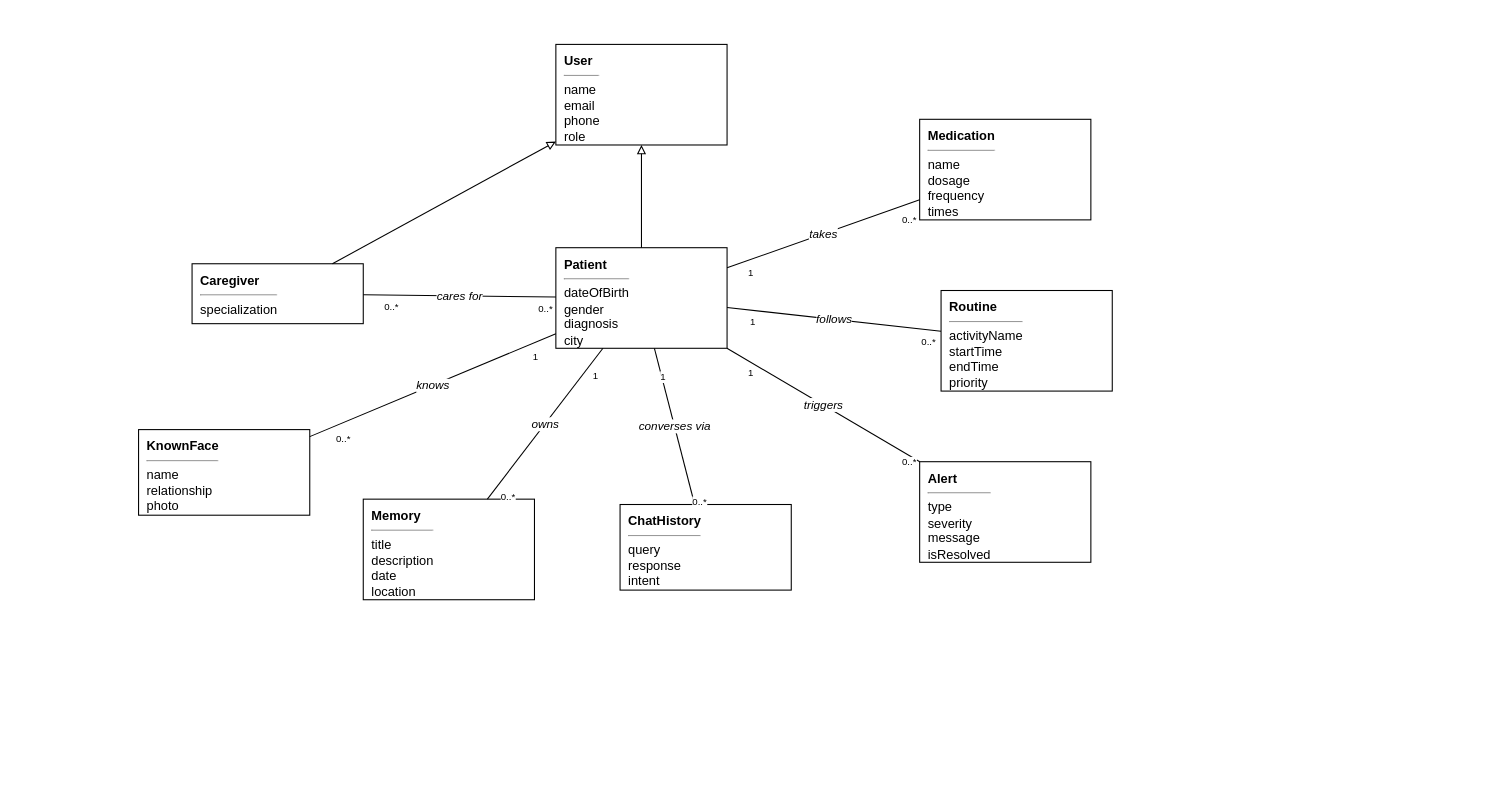
This is docs/diagrams/domain-model.drawio.xml from Iraj-Shahzad/memoracare-, a draw.io file, before an edit. Source tidied: cells renumbered, new cells numbered last; positions are measured from the earlier drawing's top-left corner, leaving out a move shared by most shapes. Both pictures are drawn from the tidied source at 107%, with x=0, y=0 at pixel (138, 44).
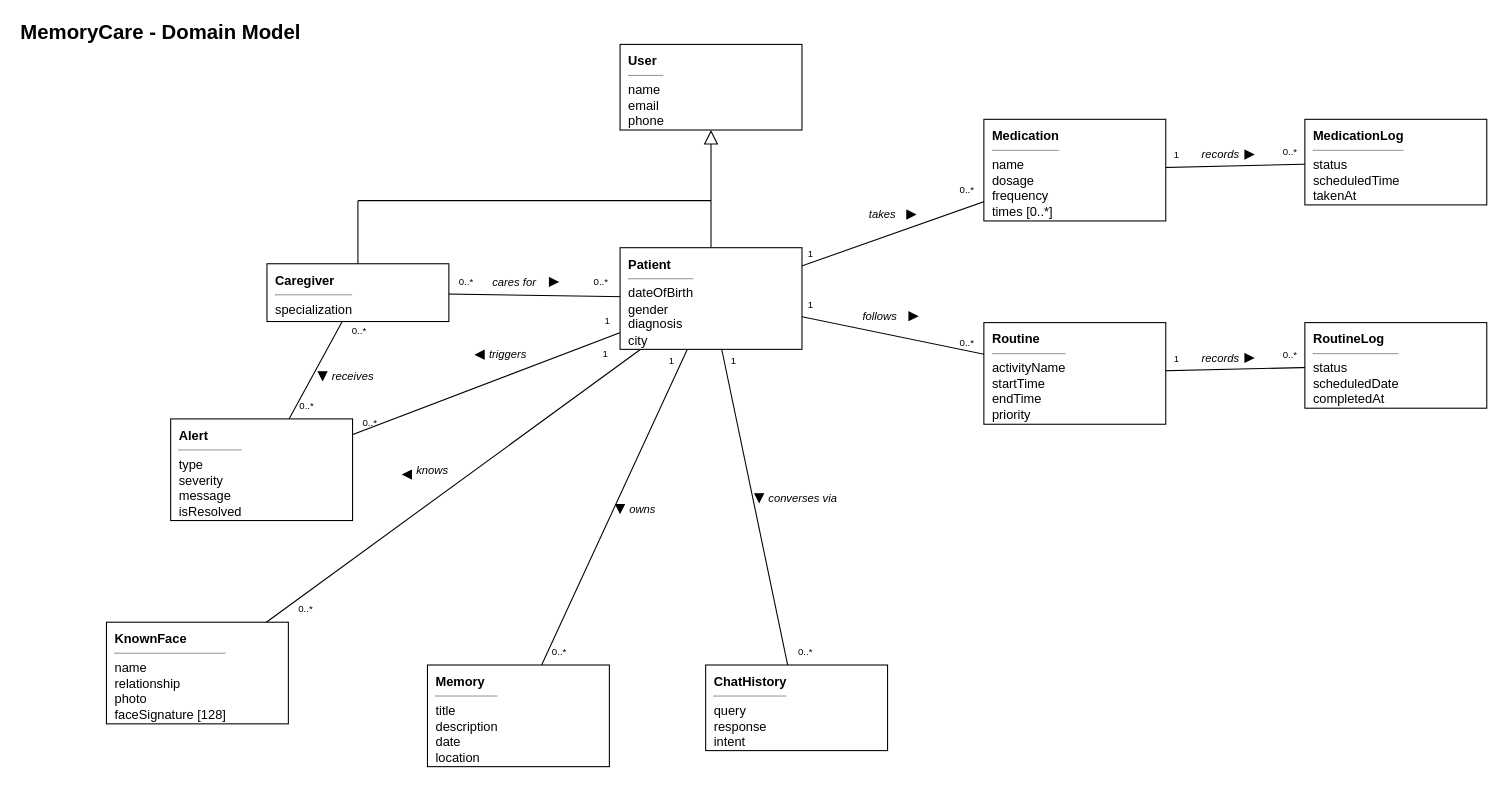
The same diagram, later.

Change to the diagram source:
```diff
@@
+    <mxCell id="34" value="MemoryCare - Domain Model" style="text;html=1;align=left;verticalAlign=middle;fontSize=19;fontStyle=1;" parent="1" vertex="1">
+      <mxGeometry x="-112" y="-24" width="330" height="26" as="geometry" />
+    </mxCell>
+    <mxCell id="13" style="endArrow=none;html=1;" parent="1" edge="1">
+      <mxGeometry relative="1" as="geometry">
+        <mxPoint x="205" y="232" as="sourcePoint" />
+        <mxPoint x="535" y="237" as="targetPoint" />
+      </mxGeometry>
+    </mxCell>
+    <mxCell id="16" style="endArrow=none;html=1;" parent="1" edge="1">
+      <mxGeometry relative="1" as="geometry">
+        <mxPoint x="535" y="237" as="sourcePoint" />
+        <mxPoint x="875" y="117" as="targetPoint" />
+      </mxGeometry>
+    </mxCell>
+    <mxCell id="19" style="endArrow=none;html=1;" parent="1" edge="1">
+      <mxGeometry relative="1" as="geometry">
+        <mxPoint x="535" y="237" as="sourcePoint" />
+        <mxPoint x="875" y="307" as="targetPoint" />
+      </mxGeometry>
+    </mxCell>
+    <mxCell id="22" style="endArrow=none;html=1;" parent="1" edge="1">
+      <mxGeometry relative="1" as="geometry">
+        <mxPoint x="535" y="237" as="sourcePoint" />
+        <mxPoint x="55" y="587" as="targetPoint" />
+      </mxGeometry>
+    </mxCell>
+    <mxCell id="25" style="endArrow=none;html=1;" parent="1" edge="1">
+      <mxGeometry relative="1" as="geometry">
+        <mxPoint x="535" y="237" as="sourcePoint" />
+        <mxPoint x="355" y="627" as="targetPoint" />
+      </mxGeometry>
+    </mxCell>
+    <mxCell id="28" style="endArrow=none;html=1;" parent="1" edge="1">
+      <mxGeometry relative="1" as="geometry">
+        <mxPoint x="535" y="237" as="sourcePoint" />
+        <mxPoint x="615" y="620" as="targetPoint" />
+      </mxGeometry>
+    </mxCell>
+    <mxCell id="31" style="endArrow=none;html=1;" parent="1" edge="1">
+      <mxGeometry relative="1" as="geometry">
+        <mxPoint x="535" y="237" as="sourcePoint" />
+        <mxPoint x="115" y="397" as="targetPoint" />
+      </mxGeometry>
+    </mxCell>
+    <mxCell id="35" style="endArrow=none;html=1;" parent="1" edge="1">
+      <mxGeometry relative="1" as="geometry">
+        <mxPoint x="205" y="232" as="sourcePoint" />
+        <mxPoint x="115" y="397" as="targetPoint" />
+      </mxGeometry>
+    </mxCell>
+    <mxCell id="36" style="endArrow=none;html=1;" parent="1" edge="1">
+      <mxGeometry relative="1" as="geometry">
+        <mxPoint x="875" y="117" as="sourcePoint" />
+        <mxPoint x="1175" y="110" as="targetPoint" />
+      </mxGeometry>
+    </mxCell>
+    <mxCell id="37" style="endArrow=none;html=1;" parent="1" edge="1">
+      <mxGeometry relative="1" as="geometry">
+        <mxPoint x="875" y="307" as="sourcePoint" />
+        <mxPoint x="1175" y="300" as="targetPoint" />
+      </mxGeometry>
+    </mxCell>
+    <mxCell id="38" style="endArrow=block;endFill=0;endSize=11;html=1;" parent="1" edge="1">
+      <mxGeometry relative="1" as="geometry">
+        <mxPoint x="535" y="146" as="sourcePoint" />
+        <mxPoint x="535" y="80" as="targetPoint" />
+      </mxGeometry>
+    </mxCell>
+    <mxCell id="39" style="endArrow=none;html=1;" parent="1" edge="1">
+      <mxGeometry relative="1" as="geometry">
+        <mxPoint x="205" y="146" as="sourcePoint" />
+        <mxPoint x="535" y="146" as="targetPoint" />
+      </mxGeometry>
+    </mxCell>
+    <mxCell id="40" style="endArrow=none;html=1;" parent="1" edge="1">
+      <mxGeometry relative="1" as="geometry">
+        <mxPoint x="205" y="205" as="sourcePoint" />
+        <mxPoint x="205" y="146" as="targetPoint" />
+      </mxGeometry>
+    </mxCell>
+    <mxCell id="41" style="endArrow=none;html=1;" parent="1" edge="1">
+      <mxGeometry relative="1" as="geometry">
+        <mxPoint x="535" y="190" as="sourcePoint" />
+        <mxPoint x="535" y="146" as="targetPoint" />
+      </mxGeometry>
+    </mxCell>
-    <mxCell id="2" value="&lt;b&gt;User&lt;/b&gt;&lt;hr size=&quot;1&quot;&gt;name&lt;br&gt;email&lt;br&gt;phone&lt;br&gt;role" style="rounded=0;whiteSpace=wrap;html=1;verticalAlign=top;spacingTop=2;fillColor=#ffffff;align=left;spacingLeft=6;" parent="1" vertex="1">
-      <mxGeometry x="390" width="160" height="94" as="geometry" />
+    <mxCell id="2" value="&lt;b&gt;User&lt;/b&gt;&lt;hr size=&quot;1&quot;&gt;name&lt;br&gt;email&lt;br&gt;phone" style="rounded=0;whiteSpace=wrap;html=1;verticalAlign=top;spacingTop=2;fillColor=#ffffff;align=left;spacingLeft=6;" parent="1" vertex="1">
+      <mxGeometry x="450" width="170" height="80" as="geometry" />
     </mxCell>
     <mxCell id="3" value="&lt;b&gt;Patient&lt;/b&gt;&lt;hr size=&quot;1&quot;&gt;dateOfBirth&lt;br&gt;gender&lt;br&gt;diagnosis&lt;br&gt;city" style="rounded=0;whiteSpace=wrap;html=1;verticalAlign=top;spacingTop=2;fillColor=#ffffff;align=left;spacingLeft=6;" parent="1" vertex="1">
-      <mxGeometry x="390" y="190" width="160" height="94" as="geometry" />
+      <mxGeometry x="450" y="190" width="170" height="95" as="geometry" />
     </mxCell>
     <mxCell id="4" value="&lt;b&gt;Caregiver&lt;/b&gt;&lt;hr size=&quot;1&quot;&gt;specialization" style="rounded=0;whiteSpace=wrap;html=1;verticalAlign=top;spacingTop=2;fillColor=#ffffff;align=left;spacingLeft=6;" parent="1" vertex="1">
-      <mxGeometry x="50" y="205" width="160" height="56" as="geometry" />
+      <mxGeometry x="120" y="205" width="170" height="54" as="geometry" />
     </mxCell>
+    <mxCell id="7" value="&lt;b&gt;Alert&lt;/b&gt;&lt;hr size=&quot;1&quot;&gt;type&lt;br&gt;severity&lt;br&gt;message&lt;br&gt;isResolved" style="rounded=0;whiteSpace=wrap;html=1;verticalAlign=top;spacingTop=2;fillColor=#ffffff;align=left;spacingLeft=6;" parent="1" vertex="1">
+      <mxGeometry x="30" y="350" width="170" height="95" as="geometry" />
+    </mxCell>
+    <mxCell id="10" value="&lt;b&gt;KnownFace&lt;/b&gt;&lt;hr size=&quot;1&quot;&gt;name&lt;br&gt;relationship&lt;br&gt;photo&lt;br&gt;faceSignature [128]" style="rounded=0;whiteSpace=wrap;html=1;verticalAlign=top;spacingTop=2;fillColor=#ffffff;align=left;spacingLeft=6;" parent="1" vertex="1">
+      <mxGeometry x="-30" y="540" width="170" height="95" as="geometry" />
+    </mxCell>
+    <mxCell id="9" value="&lt;b&gt;Memory&lt;/b&gt;&lt;hr size=&quot;1&quot;&gt;title&lt;br&gt;description&lt;br&gt;date&lt;br&gt;location" style="rounded=0;whiteSpace=wrap;html=1;verticalAlign=top;spacingTop=2;fillColor=#ffffff;align=left;spacingLeft=6;" parent="1" vertex="1">
+      <mxGeometry x="270" y="580" width="170" height="95" as="geometry" />
+    </mxCell>
+    <mxCell id="8" value="&lt;b&gt;ChatHistory&lt;/b&gt;&lt;hr size=&quot;1&quot;&gt;query&lt;br&gt;response&lt;br&gt;intent" style="rounded=0;whiteSpace=wrap;html=1;verticalAlign=top;spacingTop=2;fillColor=#ffffff;align=left;spacingLeft=6;" parent="1" vertex="1">
+      <mxGeometry x="530" y="580" width="170" height="80" as="geometry" />
+    </mxCell>
-    <mxCell id="5" value="&lt;b&gt;Medication&lt;/b&gt;&lt;hr size=&quot;1&quot;&gt;name&lt;br&gt;dosage&lt;br&gt;frequency&lt;br&gt;times" style="rounded=0;whiteSpace=wrap;html=1;verticalAlign=top;spacingTop=2;fillColor=#ffffff;align=left;spacingLeft=6;" parent="1" vertex="1">
-      <mxGeometry x="730" y="70" width="160" height="94" as="geometry" />
+    <mxCell id="5" value="&lt;b&gt;Medication&lt;/b&gt;&lt;hr size=&quot;1&quot;&gt;name&lt;br&gt;dosage&lt;br&gt;frequency&lt;br&gt;times [0..*]" style="rounded=0;whiteSpace=wrap;html=1;verticalAlign=top;spacingTop=2;fillColor=#ffffff;align=left;spacingLeft=6;" parent="1" vertex="1">
+      <mxGeometry x="790" y="70" width="170" height="95" as="geometry" />
     </mxCell>
+    <mxCell id="42" value="&lt;b&gt;MedicationLog&lt;/b&gt;&lt;hr size=&quot;1&quot;&gt;status&lt;br&gt;scheduledTime&lt;br&gt;takenAt" style="rounded=0;whiteSpace=wrap;html=1;verticalAlign=top;spacingTop=2;fillColor=#ffffff;align=left;spacingLeft=6;" parent="1" vertex="1">
+      <mxGeometry x="1090" y="70" width="170" height="80" as="geometry" />
+    </mxCell>
     <mxCell id="6" value="&lt;b&gt;Routine&lt;/b&gt;&lt;hr size=&quot;1&quot;&gt;activityName&lt;br&gt;startTime&lt;br&gt;endTime&lt;br&gt;priority" style="rounded=0;whiteSpace=wrap;html=1;verticalAlign=top;spacingTop=2;fillColor=#ffffff;align=left;spacingLeft=6;" parent="1" vertex="1">
-      <mxGeometry x="750" y="230" width="160" height="94" as="geometry" />
+      <mxGeometry x="790" y="260" width="170" height="95" as="geometry" />
     </mxCell>
-    <mxCell id="7" value="&lt;b&gt;Alert&lt;/b&gt;&lt;hr size=&quot;1&quot;&gt;type&lt;br&gt;severity&lt;br&gt;message&lt;br&gt;isResolved" style="rounded=0;whiteSpace=wrap;html=1;verticalAlign=top;spacingTop=2;fillColor=#ffffff;align=left;spacingLeft=6;" parent="1" vertex="1">
-      <mxGeometry x="730" y="390" width="160" height="94" as="geometry" />
-    </mxCell>
-    <mxCell id="8" value="&lt;b&gt;ChatHistory&lt;/b&gt;&lt;hr size=&quot;1&quot;&gt;query&lt;br&gt;response&lt;br&gt;intent" style="rounded=0;whiteSpace=wrap;html=1;verticalAlign=top;spacingTop=2;fillColor=#ffffff;align=left;spacingLeft=6;" parent="1" vertex="1">
-      <mxGeometry x="450" y="430" width="160" height="80" as="geometry" />
-    </mxCell>
-    <mxCell id="9" value="&lt;b&gt;Memory&lt;/b&gt;&lt;hr size=&quot;1&quot;&gt;title&lt;br&gt;description&lt;br&gt;date&lt;br&gt;location" style="rounded=0;whiteSpace=wrap;html=1;verticalAlign=top;spacingTop=2;fillColor=#ffffff;align=left;spacingLeft=6;" parent="1" vertex="1">
-      <mxGeometry x="210" y="425" width="160" height="94" as="geometry" />
-    </mxCell>
-    <mxCell id="10" value="&lt;b&gt;KnownFace&lt;/b&gt;&lt;hr size=&quot;1&quot;&gt;name&lt;br&gt;relationship&lt;br&gt;photo" style="rounded=0;whiteSpace=wrap;html=1;verticalAlign=top;spacingTop=2;fillColor=#ffffff;align=left;spacingLeft=6;" parent="1" vertex="1">
-      <mxGeometry y="360" width="160" height="80" as="geometry" />
-    </mxCell>
-    <mxCell id="11" style="endArrow=block;endFill=0;html=1;" parent="1" edge="1" source="3" target="2">
-      <mxGeometry relative="1" as="geometry" />
-    </mxCell>
-    <mxCell id="12" style="endArrow=block;endFill=0;html=1;" parent="1" edge="1" source="4" target="2">
-      <mxGeometry relative="1" as="geometry" />
-    </mxCell>
-    <mxCell id="13" value="cares for" style="endArrow=none;html=1;fontStyle=2;" parent="1" edge="1" source="4" target="3">
-      <mxGeometry relative="1" as="geometry" />
-    </mxCell>
-    <mxCell id="14" value="0..*" style="edgeLabel;html=1;fontSize=9;" parent="13" vertex="1">
-      <mxGeometry x="-0.8" relative="1" as="geometry" />
-    </mxCell>
-    <mxCell id="15" value="0..*" style="edgeLabel;html=1;fontSize=9;" parent="13" vertex="1">
-      <mxGeometry x="0.8" relative="1" as="geometry" />
-    </mxCell>
-    <mxCell id="16" value="takes" style="endArrow=none;html=1;fontStyle=2;" parent="1" edge="1" source="3" target="5">
-      <mxGeometry relative="1" as="geometry" />
-    </mxCell>
-    <mxCell id="17" value="1" style="edgeLabel;html=1;fontSize=9;" parent="16" vertex="1">
-      <mxGeometry x="-0.8" relative="1" as="geometry" />
-    </mxCell>
-    <mxCell id="18" value="0..*" style="edgeLabel;html=1;fontSize=9;" parent="16" vertex="1">
-      <mxGeometry x="0.8" relative="1" as="geometry" />
-    </mxCell>
-    <mxCell id="19" value="follows" style="endArrow=none;html=1;fontStyle=2;" parent="1" edge="1" source="3" target="6">
-      <mxGeometry relative="1" as="geometry" />
-    </mxCell>
-    <mxCell id="20" value="1" style="edgeLabel;html=1;fontSize=9;" parent="19" vertex="1">
-      <mxGeometry x="-0.8" relative="1" as="geometry" />
-    </mxCell>
-    <mxCell id="21" value="0..*" style="edgeLabel;html=1;fontSize=9;" parent="19" vertex="1">
-      <mxGeometry x="0.8" relative="1" as="geometry" />
-    </mxCell>
-    <mxCell id="22" value="knows" style="endArrow=none;html=1;fontStyle=2;" parent="1" edge="1" source="3" target="10">
-      <mxGeometry relative="1" as="geometry" />
-    </mxCell>
-    <mxCell id="23" value="1" style="edgeLabel;html=1;fontSize=9;" parent="22" vertex="1">
-      <mxGeometry x="-0.8" relative="1" as="geometry" />
-    </mxCell>
-    <mxCell id="24" value="0..*" style="edgeLabel;html=1;fontSize=9;" parent="22" vertex="1">
-      <mxGeometry x="0.8" relative="1" as="geometry" />
-    </mxCell>
-    <mxCell id="25" value="owns" style="endArrow=none;html=1;fontStyle=2;" parent="1" edge="1" source="3" target="9">
-      <mxGeometry relative="1" as="geometry" />
-    </mxCell>
-    <mxCell id="26" value="1" style="edgeLabel;html=1;fontSize=9;" parent="25" vertex="1">
-      <mxGeometry x="-0.8" relative="1" as="geometry" />
-    </mxCell>
-    <mxCell id="27" value="0..*" style="edgeLabel;html=1;fontSize=9;" parent="25" vertex="1">
-      <mxGeometry x="0.8" relative="1" as="geometry" />
-    </mxCell>
-    <mxCell id="28" value="converses via" style="endArrow=none;html=1;fontStyle=2;" parent="1" edge="1" source="3" target="8">
-      <mxGeometry relative="1" as="geometry" />
-    </mxCell>
-    <mxCell id="29" value="1" style="edgeLabel;html=1;fontSize=9;" parent="28" vertex="1">
-      <mxGeometry x="-0.8" relative="1" as="geometry" />
-    </mxCell>
-    <mxCell id="30" value="0..*" style="edgeLabel;html=1;fontSize=9;" parent="28" vertex="1">
-      <mxGeometry x="0.8" relative="1" as="geometry" />
-    </mxCell>
-    <mxCell id="31" value="triggers" style="endArrow=none;html=1;fontStyle=2;" parent="1" edge="1" source="3" target="7">
-      <mxGeometry relative="1" as="geometry" />
-    </mxCell>
-    <mxCell id="32" value="1" style="edgeLabel;html=1;fontSize=9;" parent="31" vertex="1">
-      <mxGeometry x="-0.8" relative="1" as="geometry" />
-    </mxCell>
-    <mxCell id="33" value="0..*" style="edgeLabel;html=1;fontSize=9;" parent="31" vertex="1">
-      <mxGeometry x="0.8" relative="1" as="geometry" />
-    </mxCell>
+    <mxCell id="43" value="&lt;b&gt;RoutineLog&lt;/b&gt;&lt;hr size=&quot;1&quot;&gt;status&lt;br&gt;scheduledDate&lt;br&gt;completedAt" style="rounded=0;whiteSpace=wrap;html=1;verticalAlign=top;spacingTop=2;fillColor=#ffffff;align=left;spacingLeft=6;" parent="1" vertex="1">
+      <mxGeometry x="1090" y="260" width="170" height="80" as="geometry" />
+    </mxCell>
+    <mxCell id="44" value="cares for" style="text;html=1;align=left;verticalAlign=middle;fontSize=10.5;fontStyle=2;" parent="1" vertex="1">
+      <mxGeometry x="329" y="215" width="90" height="14" as="geometry" />
+    </mxCell>
+    <mxCell id="45" value="takes" style="text;html=1;align=left;verticalAlign=middle;fontSize=10.5;fontStyle=2;" parent="1" vertex="1">
+      <mxGeometry x="681" y="152" width="90" height="14" as="geometry" />
+    </mxCell>
+    <mxCell id="46" value="follows" style="text;html=1;align=left;verticalAlign=middle;fontSize=10.5;fontStyle=2;" parent="1" vertex="1">
+      <mxGeometry x="675" y="247" width="90" height="14" as="geometry" />
+    </mxCell>
+    <mxCell id="47" value="knows" style="text;html=1;align=left;verticalAlign=middle;fontSize=10.5;fontStyle=2;" parent="1" vertex="1">
+      <mxGeometry x="258" y="391" width="90" height="14" as="geometry" />
+    </mxCell>
+    <mxCell id="48" value="owns" style="text;html=1;align=left;verticalAlign=middle;fontSize=10.5;fontStyle=2;" parent="1" vertex="1">
+      <mxGeometry x="457" y="427" width="90" height="14" as="geometry" />
+    </mxCell>
+    <mxCell id="49" value="converses via" style="text;html=1;align=left;verticalAlign=middle;fontSize=10.5;fontStyle=2;" parent="1" vertex="1">
+      <mxGeometry x="587" y="417" width="90" height="14" as="geometry" />
+    </mxCell>
+    <mxCell id="50" value="triggers" style="text;html=1;align=left;verticalAlign=middle;fontSize=10.5;fontStyle=2;" parent="1" vertex="1">
+      <mxGeometry x="326" y="283" width="90" height="14" as="geometry" />
+    </mxCell>
+    <mxCell id="51" value="receives" style="text;html=1;align=left;verticalAlign=middle;fontSize=10.5;fontStyle=2;" parent="1" vertex="1">
+      <mxGeometry x="179" y="303" width="90" height="14" as="geometry" />
+    </mxCell>
+    <mxCell id="52" value="records" style="text;html=1;align=left;verticalAlign=middle;fontSize=10.5;fontStyle=2;" parent="1" vertex="1">
+      <mxGeometry x="992" y="96" width="90" height="14" as="geometry" />
+    </mxCell>
+    <mxCell id="53" value="records" style="text;html=1;align=left;verticalAlign=middle;fontSize=10.5;fontStyle=2;" parent="1" vertex="1">
+      <mxGeometry x="992" y="286" width="90" height="14" as="geometry" />
+    </mxCell>
+    <mxCell id="54" style="shape=triangle;direction=east;fillColor=#000000;strokeColor=#000000;html=1;" parent="1" vertex="1">
+      <mxGeometry x="384" y="218" width="8" height="8" as="geometry" />
+    </mxCell>
+    <mxCell id="55" style="shape=triangle;direction=east;fillColor=#000000;strokeColor=#000000;html=1;" parent="1" vertex="1">
+      <mxGeometry x="718" y="155" width="8" height="8" as="geometry" />
+    </mxCell>
+    <mxCell id="56" style="shape=triangle;direction=east;fillColor=#000000;strokeColor=#000000;html=1;" parent="1" vertex="1">
+      <mxGeometry x="720" y="250" width="8" height="8" as="geometry" />
+    </mxCell>
+    <mxCell id="57" style="shape=triangle;direction=west;fillColor=#000000;strokeColor=#000000;html=1;" parent="1" vertex="1">
+      <mxGeometry x="247" y="398" width="8" height="8" as="geometry" />
+    </mxCell>
+    <mxCell id="58" style="shape=triangle;direction=south;fillColor=#000000;strokeColor=#000000;html=1;" parent="1" vertex="1">
+      <mxGeometry x="446" y="430" width="8" height="8" as="geometry" />
+    </mxCell>
+    <mxCell id="59" style="shape=triangle;direction=south;fillColor=#000000;strokeColor=#000000;html=1;" parent="1" vertex="1">
+      <mxGeometry x="576" y="420" width="8" height="8" as="geometry" />
+    </mxCell>
+    <mxCell id="60" style="shape=triangle;direction=west;fillColor=#000000;strokeColor=#000000;html=1;" parent="1" vertex="1">
+      <mxGeometry x="315" y="286" width="8" height="8" as="geometry" />
+    </mxCell>
+    <mxCell id="61" style="shape=triangle;direction=south;fillColor=#000000;strokeColor=#000000;html=1;" parent="1" vertex="1">
+      <mxGeometry x="168" y="306" width="8" height="8" as="geometry" />
+    </mxCell>
+    <mxCell id="62" style="shape=triangle;direction=east;fillColor=#000000;strokeColor=#000000;html=1;" parent="1" vertex="1">
+      <mxGeometry x="1034" y="99" width="8" height="8" as="geometry" />
+    </mxCell>
+    <mxCell id="63" style="shape=triangle;direction=east;fillColor=#000000;strokeColor=#000000;html=1;" parent="1" vertex="1">
+      <mxGeometry x="1034" y="289" width="8" height="8" as="geometry" />
+    </mxCell>
+    <mxCell id="64" value="0..*" style="text;html=1;align=center;verticalAlign=middle;fontSize=9;" parent="1" vertex="1">
+      <mxGeometry x="286" y="215" width="40" height="14" as="geometry" />
+    </mxCell>
+    <mxCell id="65" value="0..*" style="text;html=1;align=center;verticalAlign=middle;fontSize=9;" parent="1" vertex="1">
+      <mxGeometry x="412" y="215" width="40" height="14" as="geometry" />
+    </mxCell>
+    <mxCell id="66" value="1" style="text;html=1;align=center;verticalAlign=middle;fontSize=9;" parent="1" vertex="1">
+      <mxGeometry x="608" y="189" width="40" height="14" as="geometry" />
+    </mxCell>
+    <mxCell id="67" value="0..*" style="text;html=1;align=center;verticalAlign=middle;fontSize=9;" parent="1" vertex="1">
+      <mxGeometry x="754" y="129" width="40" height="14" as="geometry" />
+    </mxCell>
+    <mxCell id="68" value="1" style="text;html=1;align=center;verticalAlign=middle;fontSize=9;" parent="1" vertex="1">
+      <mxGeometry x="608" y="237" width="40" height="14" as="geometry" />
+    </mxCell>
+    <mxCell id="69" value="0..*" style="text;html=1;align=center;verticalAlign=middle;fontSize=9;" parent="1" vertex="1">
+      <mxGeometry x="754" y="272" width="40" height="14" as="geometry" />
+    </mxCell>
+    <mxCell id="70" value="1" style="text;html=1;align=center;verticalAlign=middle;fontSize=9;" parent="1" vertex="1">
+      <mxGeometry x="416" y="283" width="40" height="14" as="geometry" />
+    </mxCell>
+    <mxCell id="71" value="0..*" style="text;html=1;align=center;verticalAlign=middle;fontSize=9;" parent="1" vertex="1">
+      <mxGeometry x="136" y="521" width="40" height="14" as="geometry" />
+    </mxCell>
+    <mxCell id="72" value="1" style="text;html=1;align=center;verticalAlign=middle;fontSize=9;" parent="1" vertex="1">
+      <mxGeometry x="478" y="289" width="40" height="14" as="geometry" />
+    </mxCell>
+    <mxCell id="73" value="0..*" style="text;html=1;align=center;verticalAlign=middle;fontSize=9;" parent="1" vertex="1">
+      <mxGeometry x="373" y="561" width="40" height="14" as="geometry" />
+    </mxCell>
+    <mxCell id="74" value="1" style="text;html=1;align=center;verticalAlign=middle;fontSize=9;" parent="1" vertex="1">
+      <mxGeometry x="536" y="289" width="40" height="14" as="geometry" />
+    </mxCell>
+    <mxCell id="75" value="0..*" style="text;html=1;align=center;verticalAlign=middle;fontSize=9;" parent="1" vertex="1">
+      <mxGeometry x="603" y="561" width="40" height="14" as="geometry" />
+    </mxCell>
+    <mxCell id="76" value="1" style="text;html=1;align=center;verticalAlign=middle;fontSize=9;" parent="1" vertex="1">
+      <mxGeometry x="418" y="252" width="40" height="14" as="geometry" />
+    </mxCell>
+    <mxCell id="77" value="0..*" style="text;html=1;align=center;verticalAlign=middle;fontSize=9;" parent="1" vertex="1">
+      <mxGeometry x="196" y="347" width="40" height="14" as="geometry" />
+    </mxCell>
+    <mxCell id="78" value="0..*" style="text;html=1;align=center;verticalAlign=middle;fontSize=9;" parent="1" vertex="1">
+      <mxGeometry x="186" y="261" width="40" height="14" as="geometry" />
+    </mxCell>
+    <mxCell id="79" value="0..*" style="text;html=1;align=center;verticalAlign=middle;fontSize=9;" parent="1" vertex="1">
+      <mxGeometry x="137" y="331" width="40" height="14" as="geometry" />
+    </mxCell>
+    <mxCell id="80" value="1" style="text;html=1;align=center;verticalAlign=middle;fontSize=9;" parent="1" vertex="1">
+      <mxGeometry x="950" y="97" width="40" height="14" as="geometry" />
+    </mxCell>
+    <mxCell id="81" value="0..*" style="text;html=1;align=center;verticalAlign=middle;fontSize=9;" parent="1" vertex="1">
+      <mxGeometry x="1056" y="94" width="40" height="14" as="geometry" />
+    </mxCell>
+    <mxCell id="82" value="1" style="text;html=1;align=center;verticalAlign=middle;fontSize=9;" parent="1" vertex="1">
+      <mxGeometry x="950" y="287" width="40" height="14" as="geometry" />
+    </mxCell>
+    <mxCell id="83" value="0..*" style="text;html=1;align=center;verticalAlign=middle;fontSize=9;" parent="1" vertex="1">
+      <mxGeometry x="1056" y="284" width="40" height="14" as="geometry" />
+    </mxCell>
```
